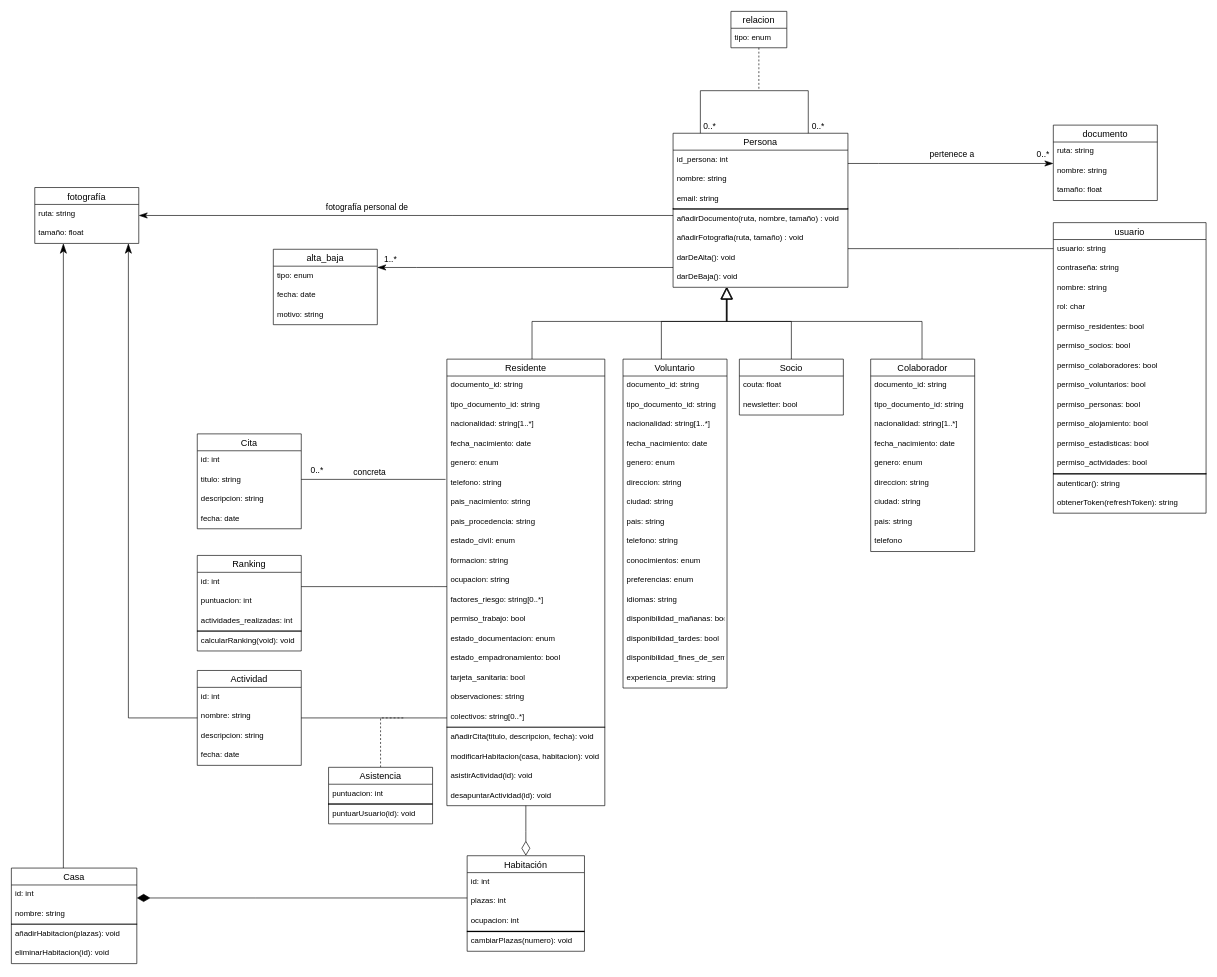
Above: diseno/sistema/DiagramaDeClases.drawio in corderop/TFG (draw.io), before the change. Source tidied: cells renumbered, new cells numbered last; positions are measured from the earlier drawing's top-left corner, leaving out a move shared by most shapes. Both pictures are drawn from the tidied source at 65%, with x=0, y=0 at pixel (11, 11).
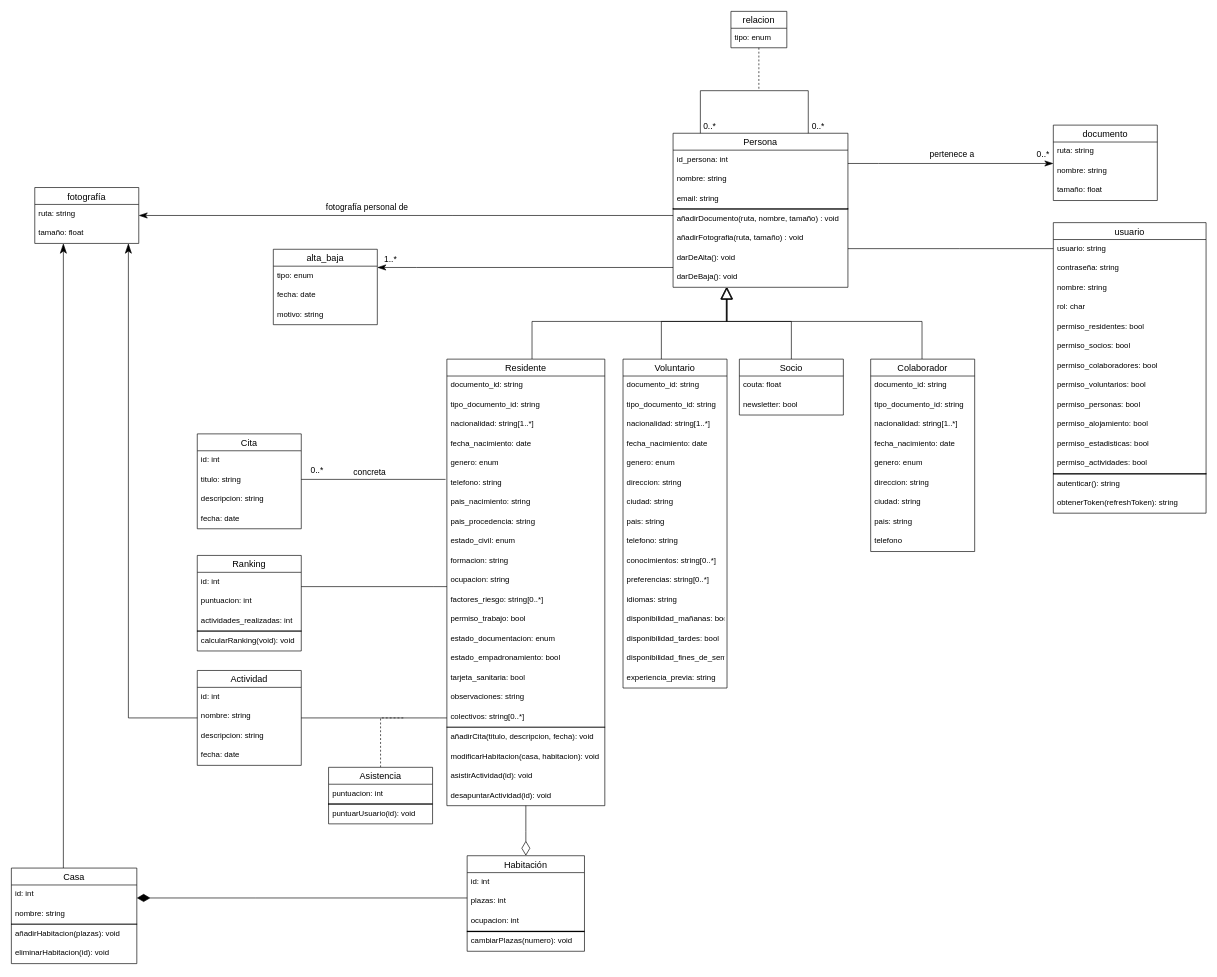
The same page after the edit.

Commit message (it also covers changes not shown here):
diseno: 🐛 Conocimientos y preferencias como objeto

The change refers to these unchanged cells:
```xml
<mxCell id="16" value="Voluntario" style="swimlane;fontStyle=0;horizontal=1;startSize=26;align=center;fontSize=14;" parent="1" vertex="1">
  <mxGeometry x="941" y="535" width="160" height="506" as="geometry" />
</mxCell>
```

Diff of the diagram source:
```diff
@@
-    <mxCell id="26" value="conocimientos: enum" style="text;strokeColor=none;fillColor=none;spacingLeft=4;spacingRight=4;overflow=hidden;fontSize=12;" parent="16" vertex="1">
+    <mxCell id="26" value="conocimientos: string[0..*]" style="text;strokeColor=none;fillColor=none;spacingLeft=4;spacingRight=4;overflow=hidden;fontSize=12;" parent="16" vertex="1">
       <mxGeometry y="296" width="160" height="30" as="geometry" />
     </mxCell>
-    <mxCell id="27" value="preferencias: enum" style="text;strokeColor=none;fillColor=none;spacingLeft=4;spacingRight=4;overflow=hidden;fontSize=12;" parent="16" vertex="1">
+    <mxCell id="27" value="preferencias: string[0..*]" style="text;strokeColor=none;fillColor=none;spacingLeft=4;spacingRight=4;overflow=hidden;fontSize=12;" parent="16" vertex="1">
       <mxGeometry y="326" width="160" height="30" as="geometry" />
     </mxCell>
```
